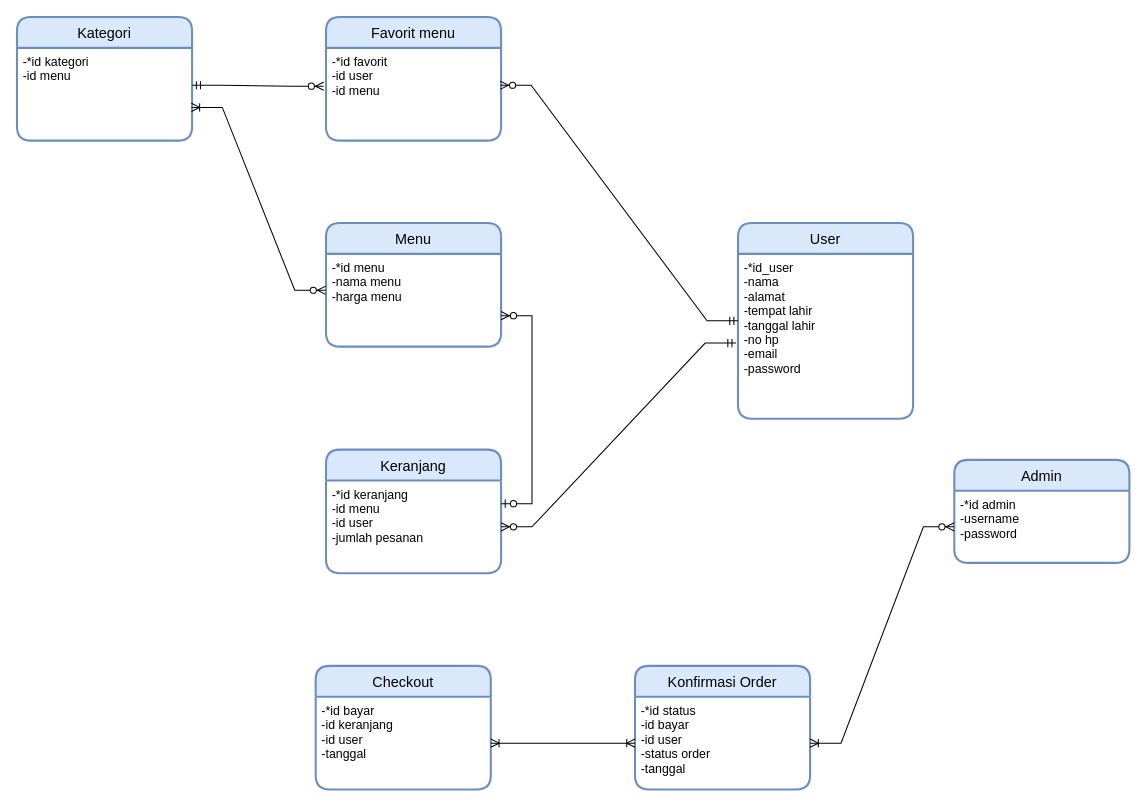
This is pertemuan3/Diagram OBurger.drawio from romijatmiko/IF214002, a draw.io file, before an edit. Source tidied: cells renumbered, new cells numbered last; positions are measured from the earlier drawing's top-left corner, leaving out a move shared by most shapes. Both pictures are drawn from the tidied source at 103%, with x=0, y=0 at pixel (16, 16).
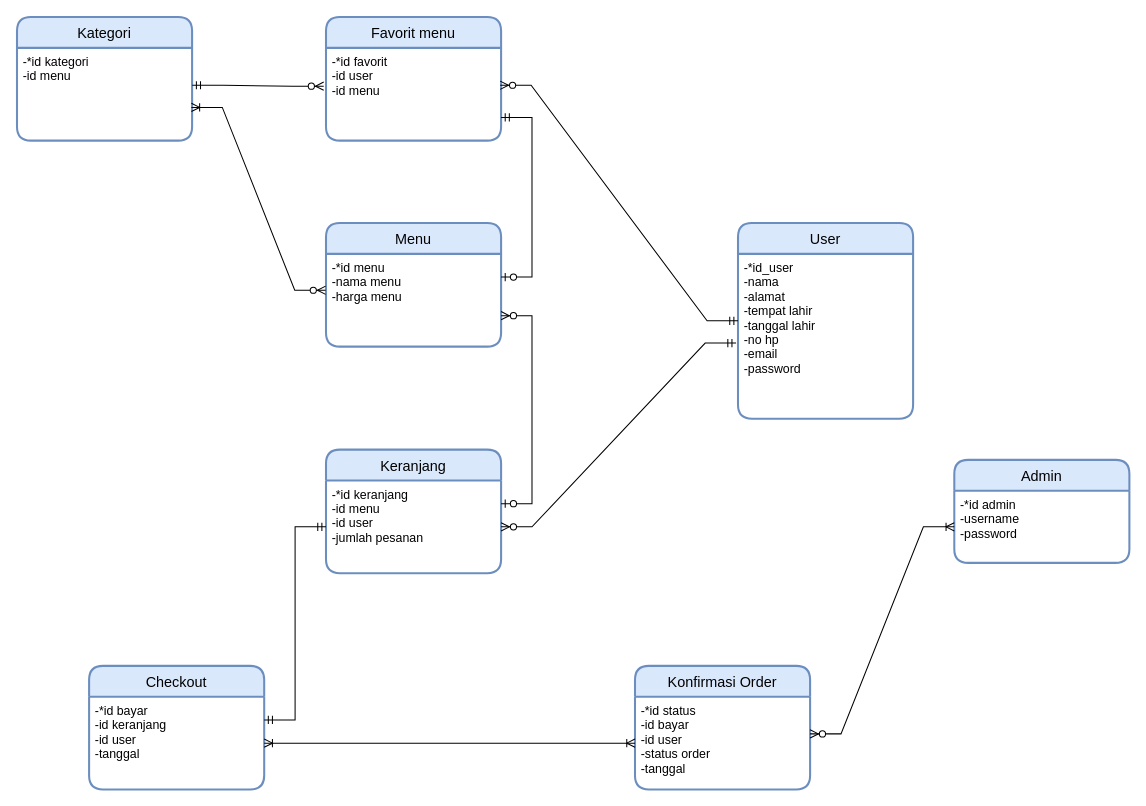
After the change.

Unchanged cells that the change refers to:
```xml
<mxCell id="5" value="-*id admin&#10;-username&#10;-password" style="align=left;strokeColor=none;fillColor=none;spacingLeft=4;fontSize=12;verticalAlign=top;" parent="4" vertex="1">
  <mxGeometry y="30" width="170" height="70" as="geometry" />
</mxCell>
<mxCell id="7" value="-*id menu&#10;-nama menu&#10;-harga menu" style="align=left;strokeColor=none;fillColor=none;spacingLeft=4;fontSize=12;verticalAlign=top;" parent="6" vertex="1">
  <mxGeometry y="30" width="170" height="90" as="geometry" />
</mxCell>
<mxCell id="11" value="-*id favorit&#10;-id user&#10;-id menu" style="align=left;strokeColor=none;fillColor=none;spacingLeft=4;fontSize=12;verticalAlign=top;" parent="10" vertex="1">
  <mxGeometry y="30" width="170" height="90" as="geometry" />
</mxCell>
<mxCell id="13" value="-*id keranjang&#10;-id menu&#10;-id user&#10;-jumlah pesanan" style="align=left;strokeColor=none;fillColor=none;spacingLeft=4;fontSize=12;verticalAlign=top;" parent="12" vertex="1">
  <mxGeometry y="30" width="170" height="90" as="geometry" />
</mxCell>
<mxCell id="15" value="-*id bayar&#10;-id keranjang&#10;-id user&#10;-tanggal" style="align=left;strokeColor=none;fillColor=none;spacingLeft=4;fontSize=12;verticalAlign=top;" parent="14" vertex="1">
  <mxGeometry y="30" width="170" height="90" as="geometry" />
</mxCell>
<mxCell id="17" value="-*id status&#10;-id bayar&#10;-id user&#10;-status order&#10;-tanggal" style="align=left;strokeColor=none;fillColor=none;spacingLeft=4;fontSize=12;verticalAlign=top;" parent="16" vertex="1">
  <mxGeometry y="30" width="170" height="90" as="geometry" />
</mxCell>
```

Diff of the diagram source:
```diff
@@
     <mxCell id="14" value="Checkout" style="swimlane;horizontal=1;startSize=30;rounded=1;fontSize=14;fontStyle=0;strokeWidth=2;shadow=0;dashed=0;align=center;fillColor=#dae8fc;strokeColor=#6c8ebf;" parent="1" vertex="1">
-      <mxGeometry x="290" y="630" width="170" height="120" as="geometry" />
+      <mxGeometry x="70" y="630" width="170" height="120" as="geometry" />
     </mxCell>
@@
-    <mxCell id="22" style="edgeStyle=entityRelationEdgeStyle;fontSize=12;html=1;endArrow=ERoneToMany;startArrow=ERzeroToMany;rounded=0;exitX=0;exitY=0.5;exitDx=0;exitDy=0;entryX=1;entryY=0.5;entryDx=0;entryDy=0;" parent="1" edge="1" source="5" target="17">
-      <mxGeometry relative="1" as="geometry" />
-    </mxCell>
@@
+    <mxCell id="25" style="edgeStyle=entityRelationEdgeStyle;fontSize=12;html=1;endArrow=ERmandOne;startArrow=ERmandOne;rounded=0;entryX=0;entryY=0.5;entryDx=0;entryDy=0;exitX=1;exitY=0.25;exitDx=0;exitDy=0;" parent="1" edge="1" source="15" target="13">
+      <mxGeometry relative="1" as="geometry" />
+    </mxCell>
+    <mxCell id="26" style="edgeStyle=entityRelationEdgeStyle;fontSize=12;html=1;endArrow=ERoneToMany;startArrow=ERzeroToMany;rounded=0;entryX=0;entryY=0.5;entryDx=0;entryDy=0;exitX=1;exitY=0.4;exitDx=0;exitDy=0;exitPerimeter=0;" parent="1" edge="1" source="17" target="5">
+      <mxGeometry relative="1" as="geometry" />
+    </mxCell>
+    <mxCell id="27" style="edgeStyle=entityRelationEdgeStyle;fontSize=12;html=1;endArrow=ERzeroToOne;startArrow=ERmandOne;rounded=0;entryX=1;entryY=0.25;entryDx=0;entryDy=0;exitX=1;exitY=0.75;exitDx=0;exitDy=0;" parent="1" edge="1" source="11" target="7">
+      <mxGeometry relative="1" as="geometry" />
+    </mxCell>
```
